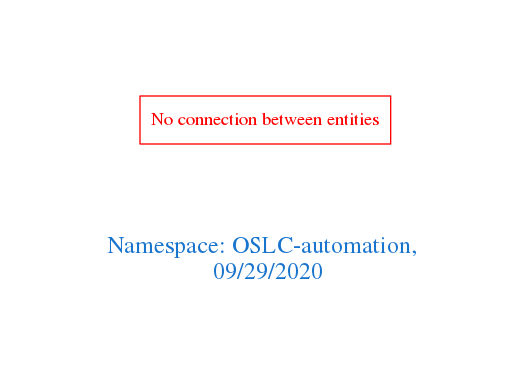
The Graphviz diagram downloads/OSLC-automation.png in arago/OGIT, before a commit. Its source is kept beside it as downloads/OSLC-automation.dot.
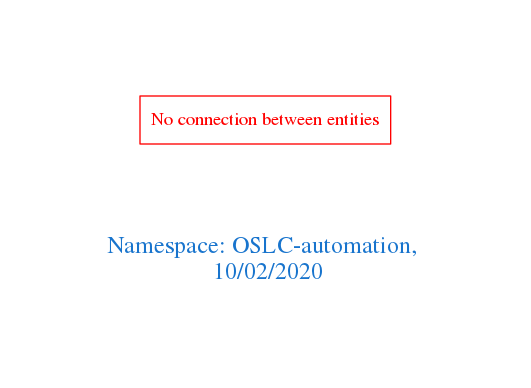
The same file after the commit.

Diff of the diagram source:
```diff
@@ -1,7 +1,7 @@
 digraph OGIT_ontology {
  graph [ rankdir= LR,pad=1
 fontsize = 18,
-fontcolor= dodgerblue3,label = "\n\n\nNamespace: OSLC-automation, \n 09/29/2020"];
+fontcolor= dodgerblue3,label = "\n\n\nNamespace: OSLC-automation, \n 10/02/2020"];
 node[shape=polygon];
 edge [  color="gray81"];
 
```
